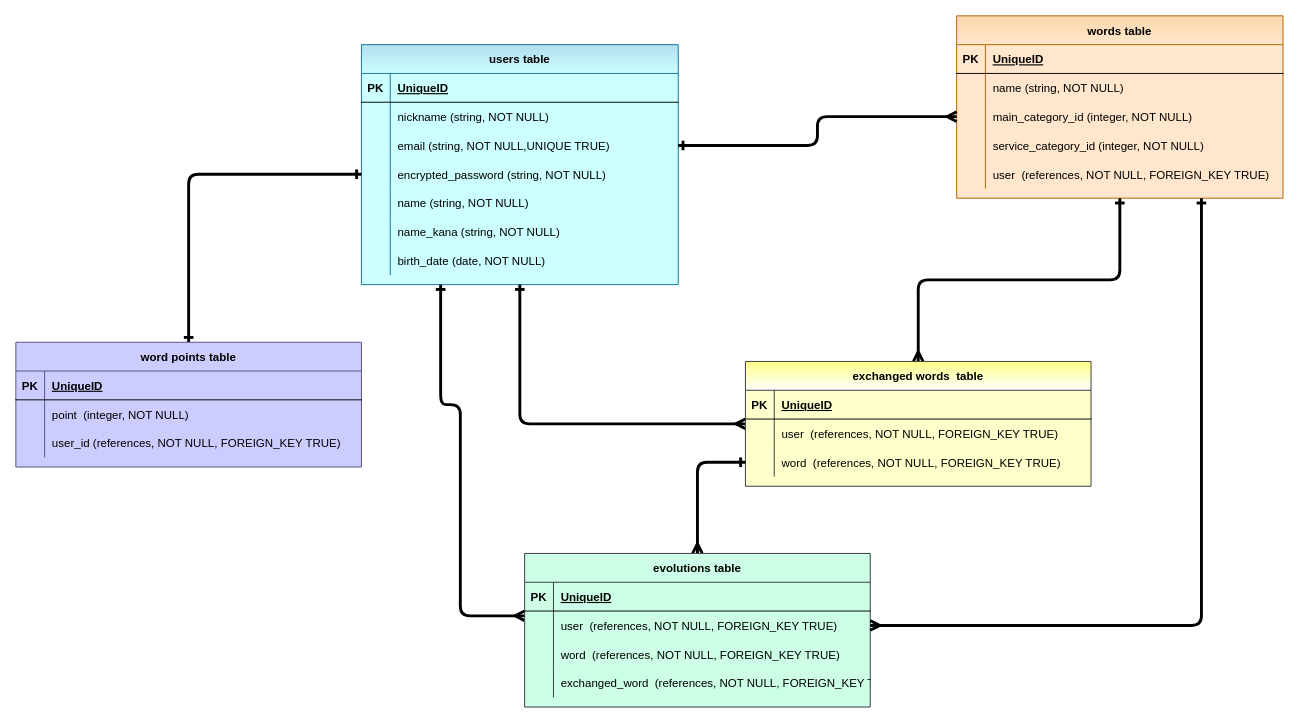
This is E-R図.dio from portfoliokns/word_experience, a draw.io file, before an edit. Source tidied: cells renumbered, new cells numbered last; positions are measured from the earlier drawing's top-left corner, leaving out a move shared by most shapes. Both pictures are drawn from the tidied source at 96%, with x=0, y=0 at pixel (15, 15).
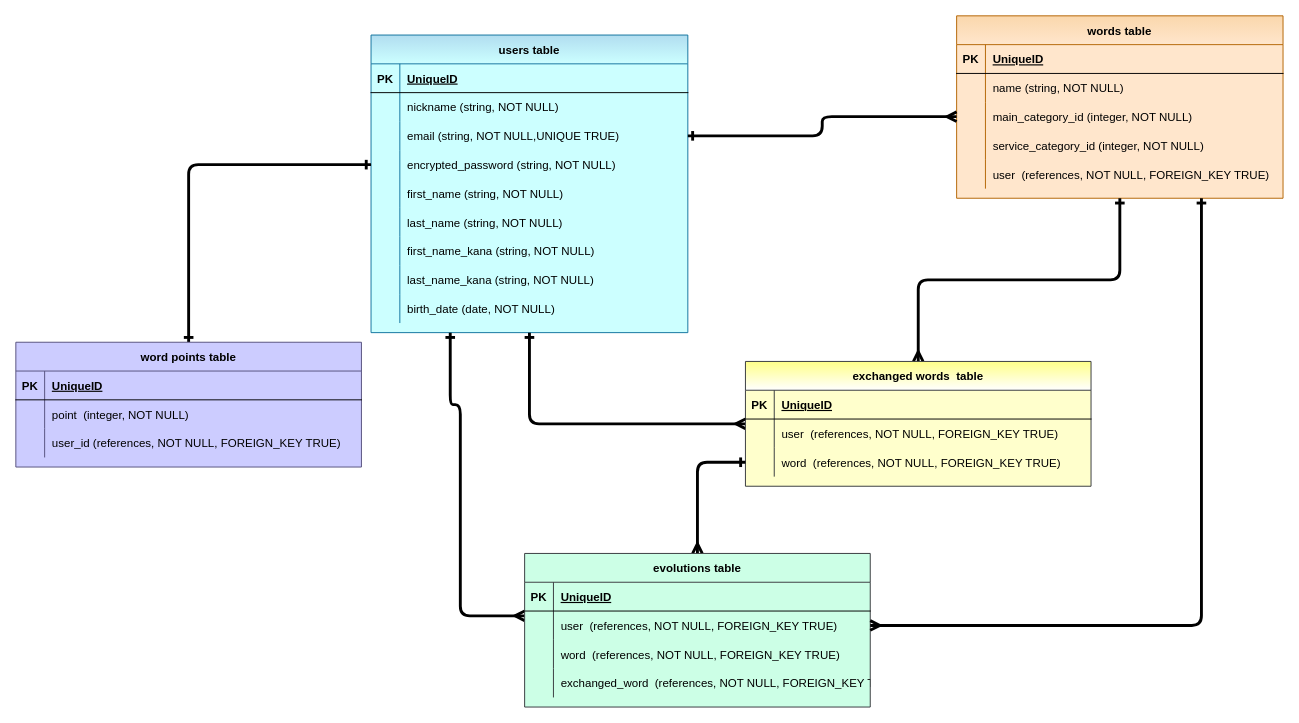
Above is the later version.

Unchanged cells that the change refers to:
```xml
<mxCell id="15" style="shape=partialRectangle;fillColor=none;top=0;left=0;bottom=0;right=0;" parent="2" vertex="1">
  <mxGeometry y="150" width="330" height="30" as="geometry" />
</mxCell>
```

Change to the diagram source:
```diff
@@
     <mxCell id="2" value="users table" style="shape=table;startSize=30;childLayout=tableLayout;rowLines=0;fontStyle=1;align=center;fillColor=#b1ddf0;strokeColor=#10739e;fontColor=#000000;gradientColor=#CCFFFF;swimlaneFillColor=#CCFFFF;" parent="1" vertex="1">
-      <mxGeometry x="360" y="30" width="330" height="250" as="geometry" />
+      <mxGeometry x="370" y="20" width="330" height="310" as="geometry" />
     </mxCell>
@@
-    <mxCell id="17" value="name (string, NOT NULL)" style="shape=partialRectangle;fillColor=none;top=0;left=0;bottom=0;right=0;align=left;spacingLeft=6;overflow=hidden;fontColor=#000000;" parent="15" vertex="1">
+    <mxCell id="17" value="first_name (string, NOT NULL)" style="shape=partialRectangle;fillColor=none;top=0;left=0;bottom=0;right=0;align=left;spacingLeft=6;overflow=hidden;fontColor=#000000;" parent="15" vertex="1">
       <mxGeometry x="30" width="300" height="30" as="geometry" />
     </mxCell>
+    <mxCell id="80" style="shape=partialRectangle;fillColor=none;top=0;left=0;bottom=0;right=0;" parent="2" vertex="1">
+      <mxGeometry y="180" width="330" height="30" as="geometry" />
+    </mxCell>
+    <mxCell id="81" style="shape=partialRectangle;fillColor=none;top=0;left=0;bottom=0;right=0;overflow=hidden;" parent="80" vertex="1">
+      <mxGeometry width="30" height="30" as="geometry" />
+    </mxCell>
+    <mxCell id="82" value="last_name (string, NOT NULL)" style="shape=partialRectangle;fillColor=none;top=0;left=0;bottom=0;right=0;align=left;spacingLeft=6;overflow=hidden;fontColor=#000000;" parent="80" vertex="1">
+      <mxGeometry x="30" width="300" height="30" as="geometry" />
+    </mxCell>
     <mxCell id="18" style="shape=partialRectangle;fillColor=none;top=0;left=0;bottom=0;right=0;" parent="2" vertex="1">
-      <mxGeometry y="180" width="330" height="30" as="geometry" />
+      <mxGeometry y="210" width="330" height="30" as="geometry" />
     </mxCell>
@@
-    <mxCell id="20" value="name_kana (string, NOT NULL)" style="shape=partialRectangle;fillColor=none;top=0;left=0;bottom=0;right=0;align=left;spacingLeft=6;overflow=hidden;fontColor=#000000;" parent="18" vertex="1">
+    <mxCell id="20" value="first_name_kana (string, NOT NULL)" style="shape=partialRectangle;fillColor=none;top=0;left=0;bottom=0;right=0;align=left;spacingLeft=6;overflow=hidden;fontColor=#000000;" parent="18" vertex="1">
       <mxGeometry x="30" width="300" height="30" as="geometry" />
     </mxCell>
+    <mxCell id="83" style="shape=partialRectangle;fillColor=none;top=0;left=0;bottom=0;right=0;" parent="2" vertex="1">
+      <mxGeometry y="240" width="330" height="30" as="geometry" />
+    </mxCell>
+    <mxCell id="84" style="shape=partialRectangle;fillColor=none;top=0;left=0;bottom=0;right=0;overflow=hidden;" parent="83" vertex="1">
+      <mxGeometry width="30" height="30" as="geometry" />
+    </mxCell>
+    <mxCell id="85" value="last_name_kana (string, NOT NULL)" style="shape=partialRectangle;fillColor=none;top=0;left=0;bottom=0;right=0;align=left;spacingLeft=6;overflow=hidden;fontColor=#000000;" parent="83" vertex="1">
+      <mxGeometry x="30" width="300" height="30" as="geometry" />
+    </mxCell>
     <mxCell id="21" style="shape=partialRectangle;fillColor=none;top=0;left=0;bottom=0;right=0;" parent="2" vertex="1">
-      <mxGeometry y="210" width="330" height="30" as="geometry" />
+      <mxGeometry y="270" width="330" height="30" as="geometry" />
     </mxCell>
```
